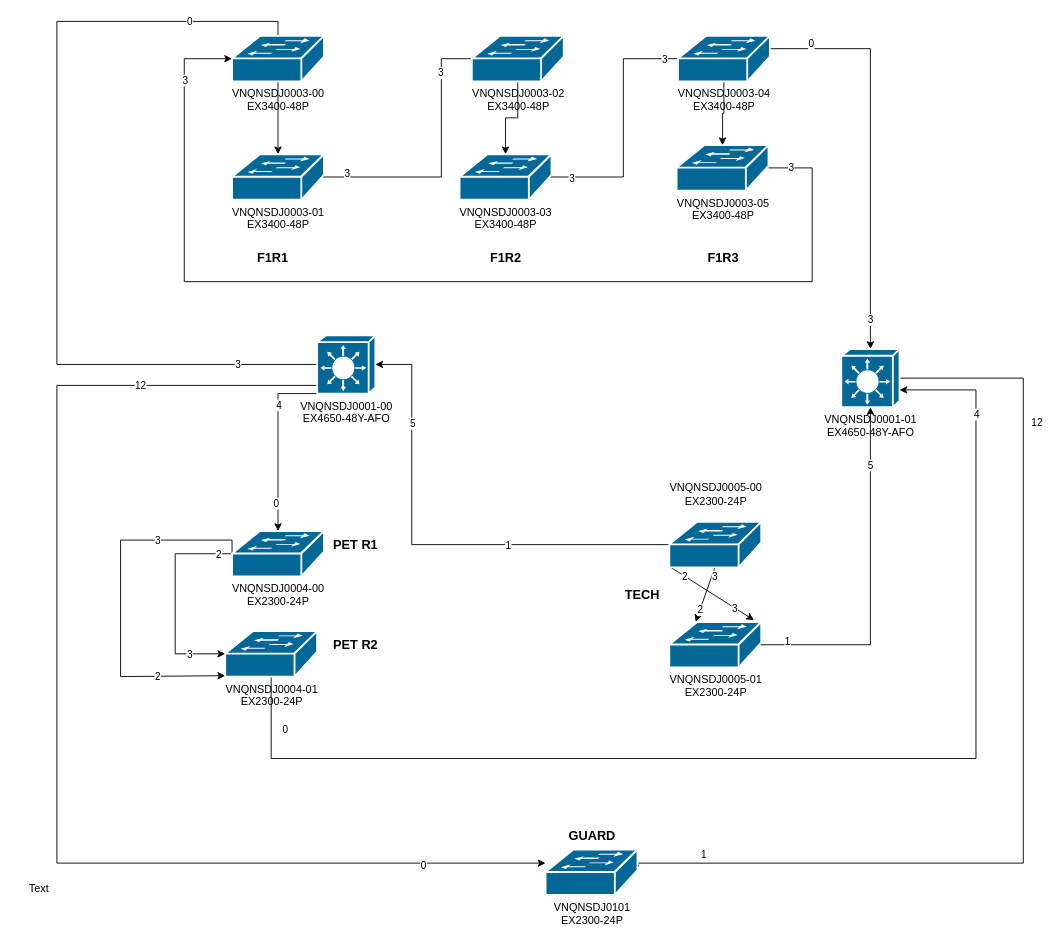
This is page "Summary" (3 of 3) of Untitled Diagram.drawio from zalai/demo, a draw.io file, before an edit. Source tidied: cells renumbered, new cells numbered last; positions are measured from the earlier drawing's top-left corner, leaving out a move shared by most shapes. Both pictures are drawn from the tidied source at 91%, with x=0, y=0 at pixel (15, 21).
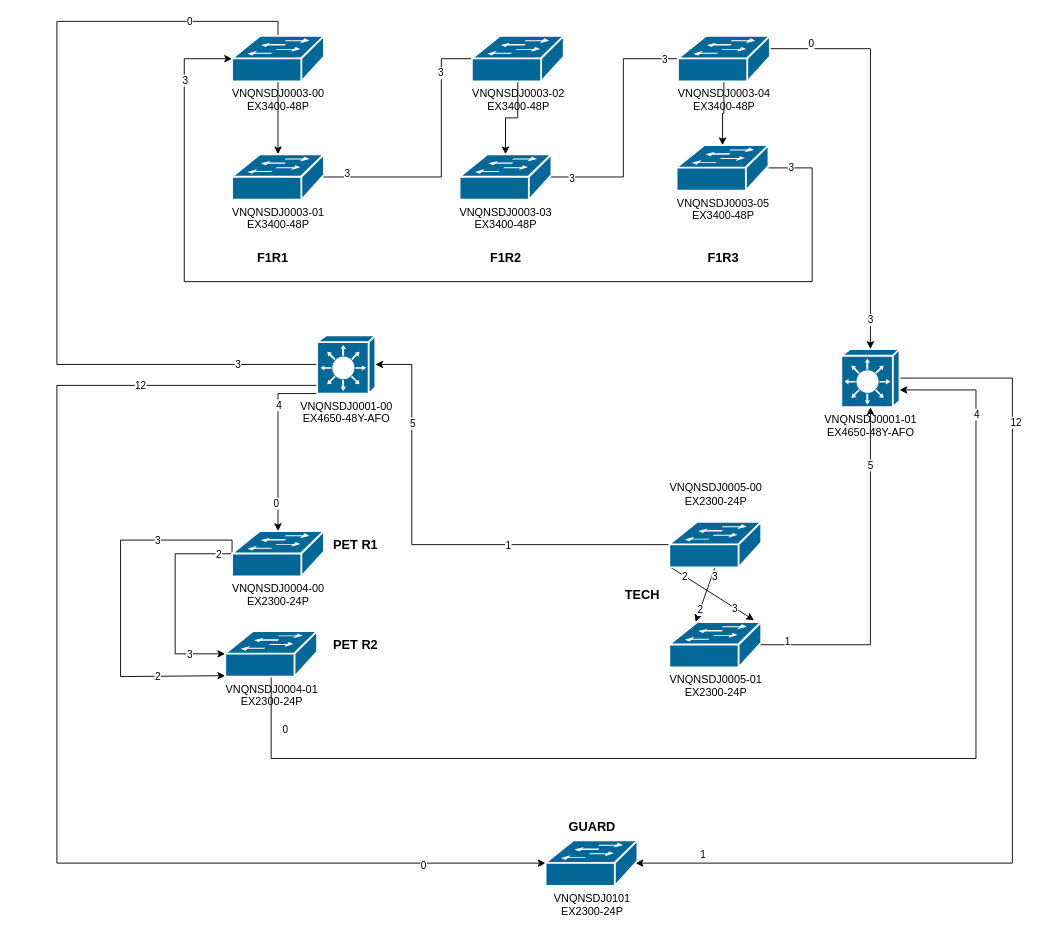
After the change.

Unchanged cells that the change refers to:
```xml
<mxCell id="15" value="VNQNSDJ0001-01&lt;br&gt;EX4650-48Y-AFO" style="shape=mxgraph.cisco.switches.layer_3_switch;sketch=0;html=1;dashed=0;fillColor=#036897;strokeColor=#ffffff;strokeWidth=2;verticalLabelPosition=bottom;verticalAlign=top;align=center;outlineConnect=0;" parent="1" vertex="1">
  <mxGeometry x="907" y="360" width="64" height="64" as="geometry" />
</mxCell>
<mxCell id="44" value="VNQNSDJ0101&lt;br&gt;EX2300-24P" style="shape=mxgraph.cisco.switches.workgroup_switch;sketch=0;html=1;dashed=0;fillColor=#036897;strokeColor=#ffffff;strokeWidth=2;verticalLabelPosition=bottom;verticalAlign=top;align=center;outlineConnect=0;points=[[0,0.5,0,0,0],[0,0.98,0,0,0],[0.16,0.23,0,0,0],[0.5,0,0,0,0],[0.5,0.98,0,0,0],[0.87,0.74,0,0,0],[0.98,0.5,0,0,0],[1,0,0,0,0]];" parent="43" vertex="1">
  <mxGeometry y="40" width="101" height="50" as="geometry" />
</mxCell>
```

The edit, as a diff of the source:
```diff
@@
     <mxCell id="12" style="edgeStyle=orthogonalEdgeStyle;rounded=0;jettySize=auto;html=1;exitX=0;exitY=0.5;exitDx=0;exitDy=0;exitPerimeter=0;entryX=0.98;entryY=0.5;entryDx=0;entryDy=0;entryPerimeter=0;" parent="1" edge="1" source="15" target="44">
       <mxGeometry relative="1" as="geometry">
         <Array as="points">
-          <mxPoint x="1107" y="392" />
-          <mxPoint x="1107" y="925" />
+          <mxPoint x="1095" y="392" />
+          <mxPoint x="1095" y="925" />
         </Array>
       </mxGeometry>
     </mxCell>
@@
     <mxCell id="14" value="12" style="edgeLabel;html=1;align=center;verticalAlign=middle;" parent="12" vertex="1">
       <mxGeometry x="-0.7" y="-2" relative="1" as="geometry">
-        <mxPoint x="39" y="46" as="offset" />
+        <mxPoint x="21" y="46" as="offset" />
       </mxGeometry>
     </mxCell>
@@
     <mxCell id="43" style="group;" parent="1" vertex="1">
-      <mxGeometry x="582" y="870" width="101" height="90" as="geometry" />
+      <mxGeometry x="582" y="860" width="101" height="90" as="geometry" />
     </mxCell>
@@
-    <mxCell id="79" value="Text" style="text;html=1;align=center;verticalAlign=middle;strokeColor=none;fillColor=none;" parent="1" vertex="1">
-      <mxGeometry y="938" width="50" height="30" as="geometry" />
-    </mxCell>
```
